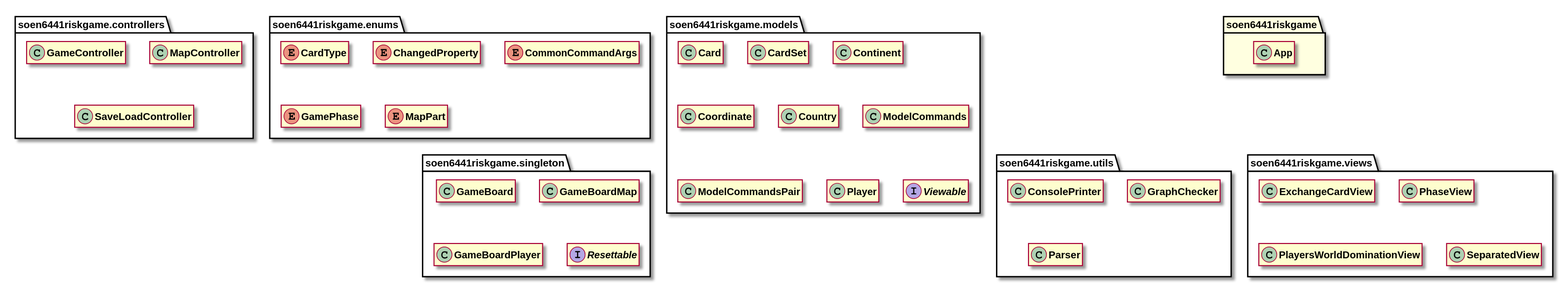
Earlier version of the PlantUML export docs/javadocs/soen6441riskgame/package-summary.svg (huntertran/soen6441-riskgame).
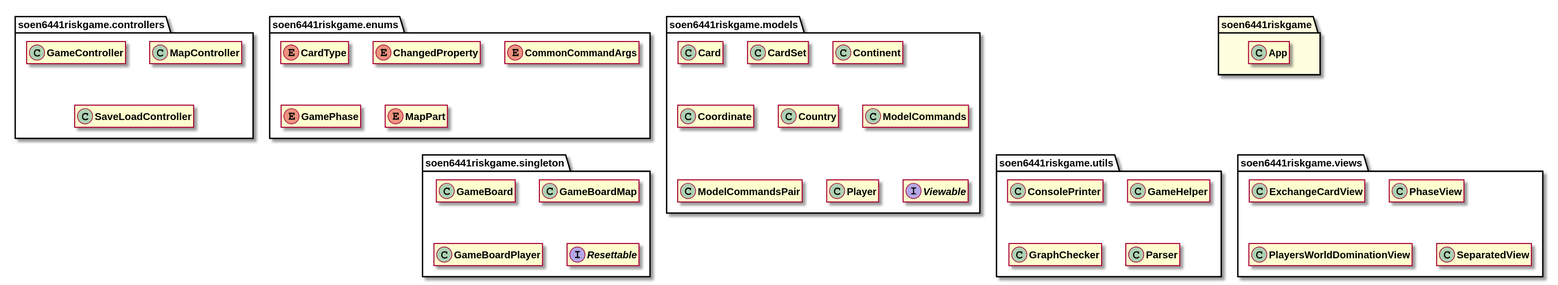
The same diagram one commit later.

What changed in the source:
```diff
@@ -158,6 +158,12 @@
 hide soen6441riskgame.utils.ConsolePrinter fields
 hide soen6441riskgame.utils.ConsolePrinter methods
 
+class "<b><size:14>GameHelper</b>" as soen6441riskgame.utils.GameHelper  [[../soen6441riskgame/utils/GameHelper.html{soen6441riskgame.utils.GameHelper}]] {
+}
+
+hide soen6441riskgame.utils.GameHelper fields
+hide soen6441riskgame.utils.GameHelper methods
+
 class "<b><size:14>GraphChecker</b>" as soen6441riskgame.utils.GraphChecker  [[../soen6441riskgame/utils/GraphChecker.html{soen6441riskgame.utils.GraphChecker}]] {
 }
 
```
